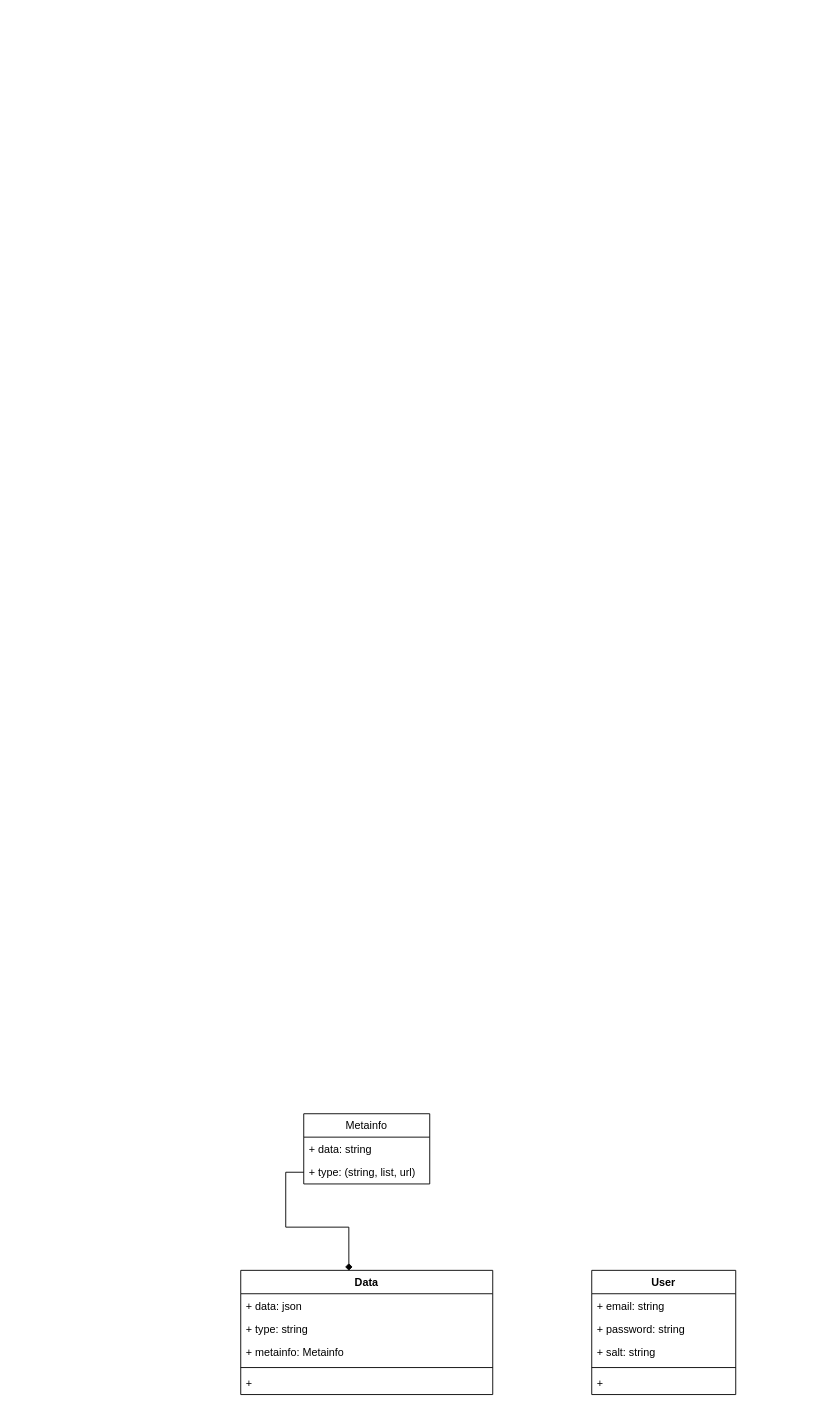
Earlier version of the draw.io diagram page "domain" (2 of 2) of drawio/kanban.drawio (ilya372317/keeper-pass). Source tidied: cells renumbered, new cells numbered last; positions are measured from the earlier drawing's top-left corner, leaving out a move shared by most shapes. Both pictures are drawn from the tidied source at 90%, with x=0, y=0 at pixel (240, 1113).
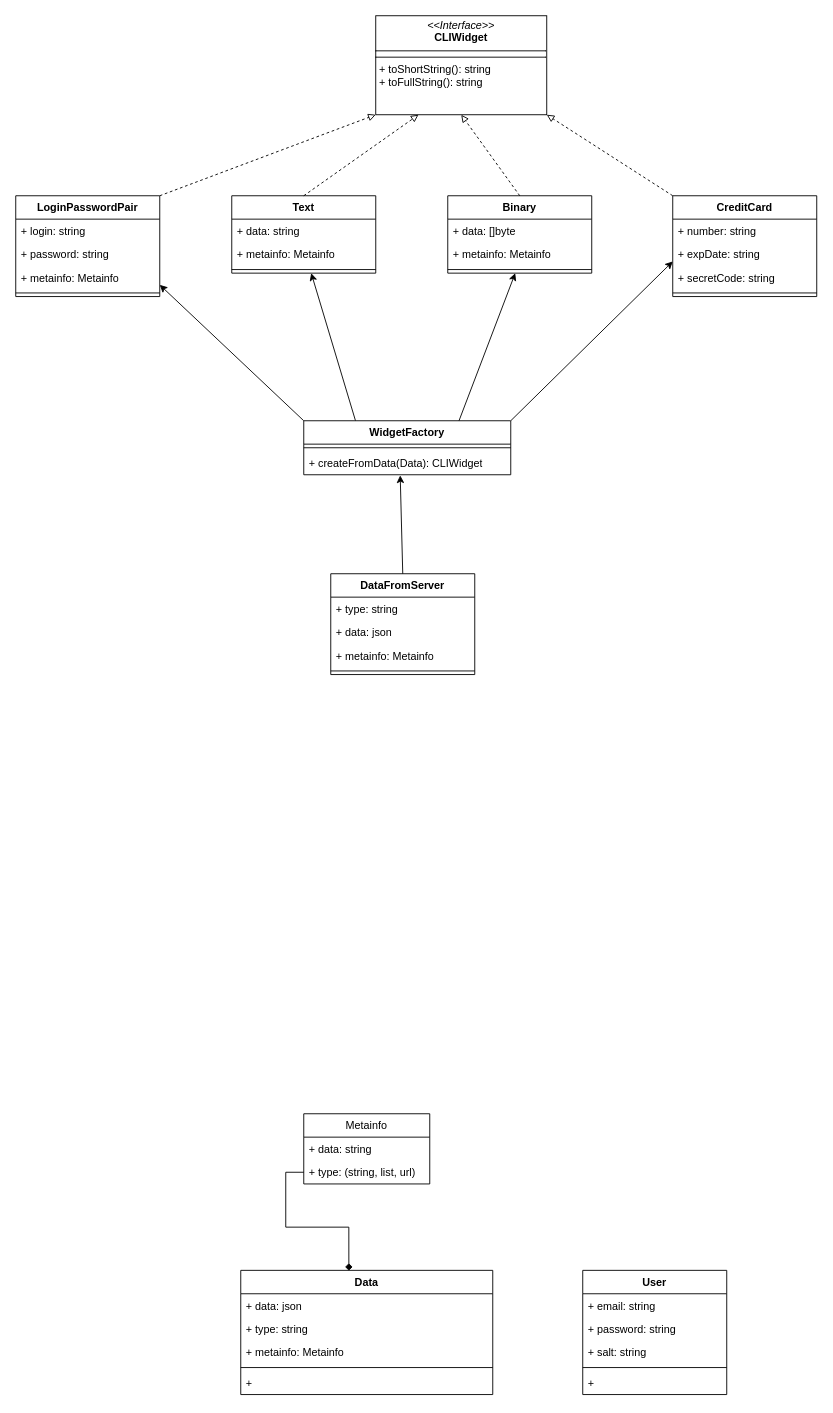
The same diagram, later.

Commit message:
client widgets

The edit, as a diff of the source:
```diff
@@
     <mxCell id="12" value="User" style="swimlane;fontStyle=1;align=center;verticalAlign=top;horizontal=1;startSize=26;whiteSpace=wrap;html=1;" parent="1" vertex="1">
-      <mxGeometry x="390" y="174" width="160" height="138" as="geometry" />
+      <mxGeometry x="380" y="174" width="160" height="138" as="geometry" />
     </mxCell>
@@
+    <mxCell id="18" value="&lt;p style=&quot;margin:0px;margin-top:4px;text-align:center;&quot;&gt;&lt;i&gt;&amp;lt;&amp;lt;Interface&amp;gt;&amp;gt;&lt;/i&gt;&lt;br&gt;&lt;b&gt;CLIWidget&lt;/b&gt;&lt;/p&gt;&lt;hr size=&quot;1&quot; style=&quot;border-style:solid;&quot;&gt;&lt;hr size=&quot;1&quot; style=&quot;border-style:solid;&quot;&gt;&lt;p style=&quot;margin:0px;margin-left:4px;&quot;&gt;+ toShortString(): string&lt;br&gt;+ toFullString(): string&lt;br&gt;&lt;/p&gt;" style="verticalAlign=top;align=left;overflow=fill;html=1;whiteSpace=wrap;" parent="1" vertex="1">
+      <mxGeometry x="150" y="-1220" width="190" height="110" as="geometry" />
+    </mxCell>
+    <mxCell id="19" style="rounded=0;jettySize=auto;html=1;exitX=0;exitY=0;exitDx=0;exitDy=0;entryX=1;entryY=0.5;entryDx=0;entryDy=0;" parent="1" edge="1" source="22">
+      <mxGeometry relative="1" as="geometry">
+        <mxPoint x="-90" y="-921" as="targetPoint" />
+      </mxGeometry>
+    </mxCell>
+    <mxCell id="20" style="rounded=0;jettySize=auto;html=1;exitX=0.25;exitY=0;exitDx=0;exitDy=0;entryX=0.552;entryY=1;entryDx=0;entryDy=0;entryPerimeter=0;" parent="1" edge="1" source="22">
+      <mxGeometry relative="1" as="geometry">
+        <mxPoint x="78.3" y="-934" as="targetPoint" />
+      </mxGeometry>
+    </mxCell>
+    <mxCell id="21" style="rounded=0;jettySize=auto;html=1;exitX=1;exitY=0;exitDx=0;exitDy=0;entryX=0;entryY=0.5;entryDx=0;entryDy=0;" parent="1" edge="1" source="22">
+      <mxGeometry relative="1" as="geometry">
+        <mxPoint x="480" y="-947" as="targetPoint" />
+      </mxGeometry>
+    </mxCell>
+    <mxCell id="22" value="&lt;div&gt;WidgetFactory&lt;/div&gt;" style="swimlane;fontStyle=1;align=center;verticalAlign=top;horizontal=1;startSize=26;whiteSpace=wrap;html=1;" parent="1" vertex="1">
+      <mxGeometry x="70" y="-770" width="230" height="60" as="geometry" />
+    </mxCell>
+    <mxCell id="23" style="line;strokeWidth=1;fillColor=none;align=left;verticalAlign=middle;spacingTop=-1;spacingLeft=3;spacingRight=3;labelPosition=right;strokeColor=inherit;" parent="22" vertex="1">
+      <mxGeometry y="26" width="230" height="8" as="geometry" />
+    </mxCell>
+    <mxCell id="24" value="+ createFromData(Data): CLIWidget" style="text;strokeColor=none;fillColor=none;align=left;verticalAlign=top;spacingLeft=4;spacingRight=4;overflow=hidden;points=[[0,0.5],[1,0.5]];portConstraint=eastwest;whiteSpace=wrap;html=1;" parent="22" vertex="1">
+      <mxGeometry y="34" width="230" height="26" as="geometry" />
+    </mxCell>
+    <mxCell id="25" style="rounded=0;jettySize=auto;html=1;exitX=1;exitY=0;exitDx=0;exitDy=0;entryX=0;entryY=1;entryDx=0;entryDy=0;dashed=1;endArrow=block;endFill=0;" parent="1" edge="1" source="26" target="18">
+      <mxGeometry relative="1" as="geometry" />
+    </mxCell>
+    <mxCell id="26" value="LoginPasswordPair" style="swimlane;fontStyle=1;align=center;verticalAlign=top;horizontal=1;startSize=26;whiteSpace=wrap;html=1;" parent="1" vertex="1">
+      <mxGeometry x="-250" y="-1020" width="160" height="112" as="geometry" />
+    </mxCell>
+    <mxCell id="27" value="+ login: string" style="text;strokeColor=none;fillColor=none;align=left;verticalAlign=top;spacingLeft=4;spacingRight=4;overflow=hidden;whiteSpace=wrap;html=1;" parent="26" vertex="1">
+      <mxGeometry y="26" width="160" height="26" as="geometry" />
+    </mxCell>
+    <mxCell id="28" value="+ password: string" style="text;strokeColor=none;fillColor=none;align=left;verticalAlign=top;spacingLeft=4;spacingRight=4;overflow=hidden;whiteSpace=wrap;html=1;" parent="26" vertex="1">
+      <mxGeometry y="52" width="160" height="26" as="geometry" />
+    </mxCell>
+    <mxCell id="29" value="+ metainfo: Metainfo" style="text;strokeColor=none;fillColor=none;align=left;verticalAlign=top;spacingLeft=4;spacingRight=4;overflow=hidden;whiteSpace=wrap;html=1;" parent="26" vertex="1">
+      <mxGeometry y="78" width="160" height="26" as="geometry" />
+    </mxCell>
+    <mxCell id="30" style="line;strokeWidth=1;fillColor=none;align=left;verticalAlign=middle;spacingTop=-1;spacingLeft=3;spacingRight=3;labelPosition=right;strokeColor=inherit;" parent="26" vertex="1">
+      <mxGeometry y="104" width="160" height="8" as="geometry" />
+    </mxCell>
+    <mxCell id="31" value="Text" style="swimlane;fontStyle=1;align=center;verticalAlign=top;horizontal=1;startSize=26;whiteSpace=wrap;html=1;" parent="1" vertex="1">
+      <mxGeometry x="-10" y="-1020" width="160" height="86" as="geometry" />
+    </mxCell>
+    <mxCell id="32" value="+ data: string" style="text;strokeColor=none;fillColor=none;align=left;verticalAlign=top;spacingLeft=4;spacingRight=4;overflow=hidden;whiteSpace=wrap;html=1;" parent="31" vertex="1">
+      <mxGeometry y="26" width="160" height="26" as="geometry" />
+    </mxCell>
+    <mxCell id="33" value="+ metainfo: Metainfo" style="text;strokeColor=none;fillColor=none;align=left;verticalAlign=top;spacingLeft=4;spacingRight=4;overflow=hidden;whiteSpace=wrap;html=1;" parent="31" vertex="1">
+      <mxGeometry y="52" width="160" height="26" as="geometry" />
+    </mxCell>
+    <mxCell id="34" style="line;strokeWidth=1;fillColor=none;align=left;verticalAlign=middle;spacingTop=-1;spacingLeft=3;spacingRight=3;labelPosition=right;strokeColor=inherit;" parent="31" vertex="1">
+      <mxGeometry y="78" width="160" height="8" as="geometry" />
+    </mxCell>
+    <mxCell id="35" value="Binary" style="swimlane;fontStyle=1;align=center;verticalAlign=top;horizontal=1;startSize=26;whiteSpace=wrap;html=1;" parent="1" vertex="1">
+      <mxGeometry x="230" y="-1020" width="160" height="86" as="geometry" />
+    </mxCell>
+    <mxCell id="36" value="+ data: []byte" style="text;strokeColor=none;fillColor=none;align=left;verticalAlign=top;spacingLeft=4;spacingRight=4;overflow=hidden;whiteSpace=wrap;html=1;" parent="35" vertex="1">
+      <mxGeometry y="26" width="160" height="26" as="geometry" />
+    </mxCell>
+    <mxCell id="37" value="+ metainfo: Metainfo" style="text;strokeColor=none;fillColor=none;align=left;verticalAlign=top;spacingLeft=4;spacingRight=4;overflow=hidden;whiteSpace=wrap;html=1;" parent="35" vertex="1">
+      <mxGeometry y="52" width="160" height="26" as="geometry" />
+    </mxCell>
+    <mxCell id="38" style="line;strokeWidth=1;fillColor=none;align=left;verticalAlign=middle;spacingTop=-1;spacingLeft=3;spacingRight=3;labelPosition=right;strokeColor=inherit;" parent="35" vertex="1">
+      <mxGeometry y="78" width="160" height="8" as="geometry" />
+    </mxCell>
+    <mxCell id="39" value="CreditCard" style="swimlane;fontStyle=1;align=center;verticalAlign=top;horizontal=1;startSize=26;whiteSpace=wrap;html=1;" parent="1" vertex="1">
+      <mxGeometry x="480" y="-1020" width="160" height="112" as="geometry" />
+    </mxCell>
+    <mxCell id="40" value="+ number: string" style="text;strokeColor=none;fillColor=none;align=left;verticalAlign=top;spacingLeft=4;spacingRight=4;overflow=hidden;whiteSpace=wrap;html=1;" parent="39" vertex="1">
+      <mxGeometry y="26" width="160" height="26" as="geometry" />
+    </mxCell>
+    <mxCell id="41" value="+ expDate: string" style="text;strokeColor=none;fillColor=none;align=left;verticalAlign=top;spacingLeft=4;spacingRight=4;overflow=hidden;whiteSpace=wrap;html=1;" parent="39" vertex="1">
+      <mxGeometry y="52" width="160" height="26" as="geometry" />
+    </mxCell>
+    <mxCell id="42" value="+ secretCode: string" style="text;strokeColor=none;fillColor=none;align=left;verticalAlign=top;spacingLeft=4;spacingRight=4;overflow=hidden;whiteSpace=wrap;html=1;" parent="39" vertex="1">
+      <mxGeometry y="78" width="160" height="26" as="geometry" />
+    </mxCell>
+    <mxCell id="43" style="line;strokeWidth=1;fillColor=none;align=left;verticalAlign=middle;spacingTop=-1;spacingLeft=3;spacingRight=3;labelPosition=right;strokeColor=inherit;" parent="39" vertex="1">
+      <mxGeometry y="104" width="160" height="8" as="geometry" />
+    </mxCell>
+    <mxCell id="44" style="rounded=0;jettySize=auto;html=1;exitX=0.5;exitY=0;exitDx=0;exitDy=0;entryX=0.25;entryY=1;entryDx=0;entryDy=0;dashed=1;endArrow=block;endFill=0;" parent="1" edge="1" source="31" target="18">
+      <mxGeometry relative="1" as="geometry" />
+    </mxCell>
+    <mxCell id="45" style="rounded=0;jettySize=auto;html=1;exitX=0.5;exitY=0;exitDx=0;exitDy=0;entryX=0.5;entryY=1;entryDx=0;entryDy=0;dashed=1;endArrow=block;endFill=0;" parent="1" edge="1" source="35" target="18">
+      <mxGeometry relative="1" as="geometry" />
+    </mxCell>
+    <mxCell id="46" style="rounded=0;jettySize=auto;html=1;exitX=0;exitY=0;exitDx=0;exitDy=0;entryX=1;entryY=1;entryDx=0;entryDy=0;dashed=1;endArrow=block;endFill=0;" parent="1" edge="1" source="39" target="18">
+      <mxGeometry relative="1" as="geometry" />
+    </mxCell>
+    <mxCell id="47" style="rounded=0;jettySize=auto;html=1;exitX=0.75;exitY=0;exitDx=0;exitDy=0;" parent="1" edge="1" source="22">
+      <mxGeometry relative="1" as="geometry">
+        <mxPoint x="305" y="-934" as="targetPoint" />
+      </mxGeometry>
+    </mxCell>
+    <mxCell id="48" value="DataFromServer" style="swimlane;fontStyle=1;align=center;verticalAlign=top;horizontal=1;startSize=26;whiteSpace=wrap;html=1;" parent="1" vertex="1">
+      <mxGeometry x="100" y="-600" width="160" height="112" as="geometry" />
+    </mxCell>
+    <mxCell id="49" value="+ type: string" style="text;strokeColor=none;fillColor=none;align=left;verticalAlign=top;spacingLeft=4;spacingRight=4;overflow=hidden;whiteSpace=wrap;html=1;" parent="48" vertex="1">
+      <mxGeometry y="26" width="160" height="26" as="geometry" />
+    </mxCell>
+    <mxCell id="50" value="+ data: json" style="text;strokeColor=none;fillColor=none;align=left;verticalAlign=top;spacingLeft=4;spacingRight=4;overflow=hidden;whiteSpace=wrap;html=1;" parent="48" vertex="1">
+      <mxGeometry y="52" width="160" height="26" as="geometry" />
+    </mxCell>
+    <mxCell id="51" value="+ metainfo: Metainfo" style="text;strokeColor=none;fillColor=none;align=left;verticalAlign=top;spacingLeft=4;spacingRight=4;overflow=hidden;whiteSpace=wrap;html=1;" parent="48" vertex="1">
+      <mxGeometry y="78" width="160" height="26" as="geometry" />
+    </mxCell>
+    <mxCell id="52" style="line;strokeWidth=1;fillColor=none;align=left;verticalAlign=middle;spacingTop=-1;spacingLeft=3;spacingRight=3;labelPosition=right;strokeColor=inherit;" parent="48" vertex="1">
+      <mxGeometry y="104" width="160" height="8" as="geometry" />
+    </mxCell>
+    <mxCell id="53" style="rounded=0;jettySize=auto;html=1;exitX=0.5;exitY=0;exitDx=0;exitDy=0;entryX=0.466;entryY=1.027;entryDx=0;entryDy=0;entryPerimeter=0;" parent="1" edge="1" source="48" target="24">
+      <mxGeometry relative="1" as="geometry" />
+    </mxCell>
```
